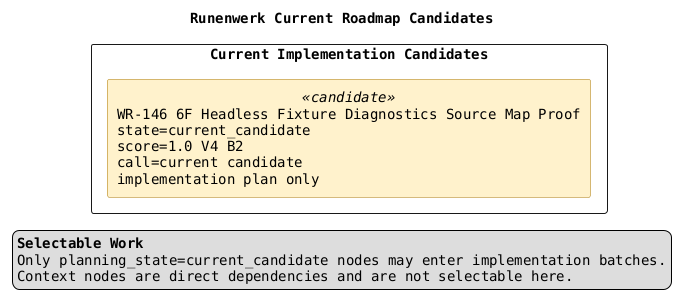
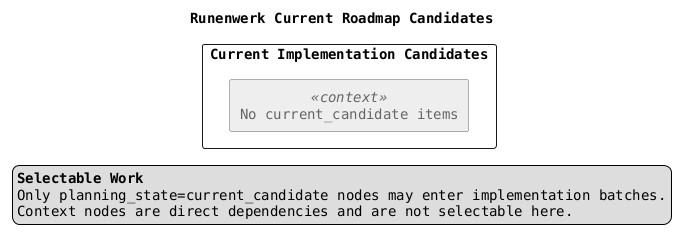
@startuml
title Runenwerk Current Roadmap Candidates

top to bottom direction
skinparam componentStyle rectangle
skinparam shadowing false
skinparam packageStyle rectangle
skinparam defaultFontName Monospaced

skinparam component {
  BackgroundColor<<candidate>> #FFF2CC
  BorderColor<<candidate>> #AA7700
  BackgroundColor<<context>> #EEEEEE
  BorderColor<<context>> #666666
  FontColor<<context>> #666666
}

legend right
  <b>Selectable Work</b>
  Only planning_state=current_candidate nodes may enter implementation batches.
  Context nodes are direct dependencies and are not selectable here.
endlegend

package "Current Implementation Candidates" {
-   component "WR-146 6F Headless Fixture Diagnostics Source Map Proof\nstate=current_candidate\nscore=1.0 V4 B2\ncall=current candidate\nimplementation plan only" as WR146 <<candidate>>
+   component "No current_candidate items" as NO_CANDIDATES <<context>>

}


@enduml
